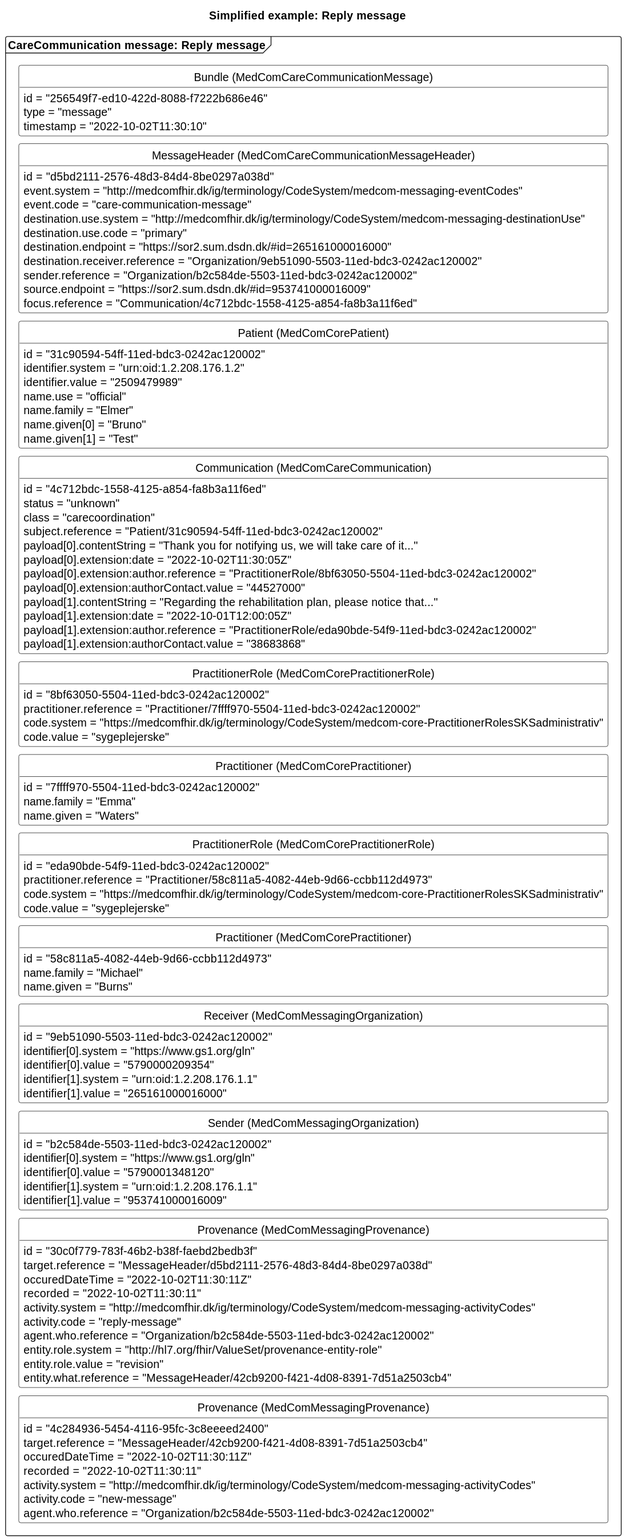
Before: input/images/carecommunication/CCreplyMessage.svg, a diagram exported from PlantUML (medcomdk/dk-medcom-carecommunication).
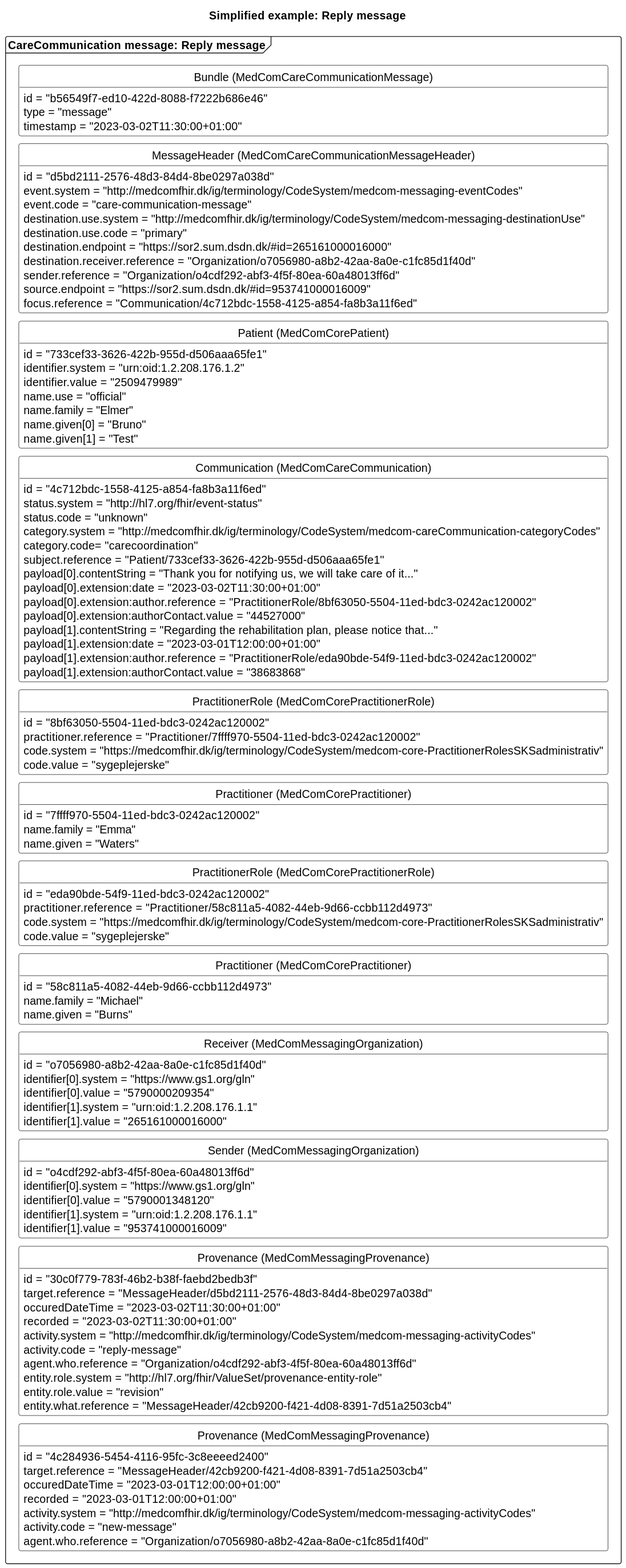
After the commit.

What changed in the source:
```diff
@@ -15,9 +15,9 @@
 
 package "CareCommunication message: Reply message" as reply <<Frame>>{
     class "Bundle (MedComCareCommunicationMessage)" as replyB {
-        id = "256549f7-ed10-422d-8088-f7222b686e46"
+        id = "b56549f7-ed10-422d-8088-f7222b686e46"
         type = "message"
-        timestamp = "2022-10-02T11:30:10"
+        timestamp = "2023-03-02T11:30:00+01:00"
     }
     class "MessageHeader (MedComCareCommunicationMessageHeader)" as replyMH{
         id = "d5bd2111-2576-48d3-84d4-8be0297a038d"
@@ -26,13 +26,13 @@
         destination.use.system = "http://medcomfhir.dk/ig/terminology/CodeSystem/medcom-messaging-destinationUse"
         destination.use.code = "primary"
         destination.endpoint = "https://sor2.sum.dsdn.dk/#id=265161000016000"
-        destination.receiver.reference = "Organization/9eb51090-5503-11ed-bdc3-0242ac120002"
-        sender.reference = "Organization/b2c584de-5503-11ed-bdc3-0242ac120002"
+        destination.receiver.reference = "Organization/o7056980-a8b2-42aa-8a0e-c1fc85d1f40d"
+        sender.reference = "Organization/o4cdf292-abf3-4f5f-80ea-60a48013ff6d"
         source.endpoint = "https://sor2.sum.dsdn.dk/#id=953741000016009"
         focus.reference = "Communication/4c712bdc-1558-4125-a854-fa8b3a11f6ed"
     }
     class "Patient (MedComCorePatient)" as replyPT{
-        id = "31c90594-54ff-11ed-bdc3-0242ac120002"
+        id = "733cef33-3626-422b-955d-d506aaa65fe1"
         identifier.system = "urn:oid:1.2.208.176.1.2"
         identifier.value = "2509479989"
         name.use = "official"
@@ -42,15 +42,17 @@
     }
     class "Communication (MedComCareCommunication)" as replyCom{
         id = "4c712bdc-1558-4125-a854-fa8b3a11f6ed"
-        status = "unknown"
-        class = "carecoordination"
-        subject.reference = "Patient/31c90594-54ff-11ed-bdc3-0242ac120002"
+        status.system = "http://hl7.org/fhir/event-status"
+        status.code = "unknown"
+        category.system = "http://medcomfhir.dk/ig/terminology/CodeSystem/medcom-careCommunication-categoryCodes"
+        category.code= "carecoordination"
+        subject.reference = "Patient/733cef33-3626-422b-955d-d506aaa65fe1"
         payload[0].contentString = "Thank you for notifying us, we will take care of it..."
-        payload[0].extension:date = "2022-10-02T11:30:05Z"
+        payload[0].extension:date = "2023-03-02T11:30:00+01:00"
         payload[0].extension:author.reference = "PractitionerRole/8bf63050-5504-11ed-bdc3-0242ac120002"
         payload[0].extension:authorContact.value = "44527000"
         payload[1].contentString = "Regarding the rehabilitation plan, please notice that..."
-        payload[1].extension:date = "2022-10-01T12:00:05Z"
+        payload[1].extension:date = "2023-03-01T12:00:00+01:00"
         payload[1].extension:author.reference = "PractitionerRole/eda90bde-54f9-11ed-bdc3-0242ac120002"
         payload[1].extension:authorContact.value = "38683868"
     }
@@ -76,28 +78,28 @@
         name.family = "Michael"
         name.given = "Burns"
     }
+    class "Sender (MedComMessagingOrganization)" as replySOrg{
+        id = "o4cdf292-abf3-4f5f-80ea-60a48013ff6d"
+        identifier[0].system = "https://www.gs1.org/gln"
+        identifier[0].value = "5790001348120"
+        identifier[1].system = "urn:oid:1.2.208.176.1.1"
+        identifier[1].value = "953741000016009"
+    }
     class "Receiver (MedComMessagingOrganization)" as replyROrg{
-        id = "9eb51090-5503-11ed-bdc3-0242ac120002"
+        id = "o7056980-a8b2-42aa-8a0e-c1fc85d1f40d"
         identifier[0].system = "https://www.gs1.org/gln"
         identifier[0].value = "5790000209354"
         identifier[1].system = "urn:oid:1.2.208.176.1.1"
         identifier[1].value = "265161000016000"
     }
-    class "Sender (MedComMessagingOrganization)" as replySOrg{
-        id = "b2c584de-5503-11ed-bdc3-0242ac120002"
-        identifier[0].system = "https://www.gs1.org/gln"
-        identifier[0].value = "5790001348120"
-        identifier[1].system = "urn:oid:1.2.208.176.1.1"
-        identifier[1].value = "953741000016009"
-    }
     class "Provenance (MedComMessagingProvenance)" as replyPRO{
         id = "30c0f779-783f-46b2-b38f-faebd2bedb3f"
         target.reference = "MessageHeader/d5bd2111-2576-48d3-84d4-8be0297a038d"
-        occuredDateTime = "2022-10-02T11:30:11Z"
-        recorded = "2022-10-02T11:30:11"
+        occuredDateTime = "2023-03-02T11:30:00+01:00"
+        recorded = "2023-03-02T11:30:00+01:00"
         activity.system = "http://medcomfhir.dk/ig/terminology/CodeSystem/medcom-messaging-activityCodes"
         activity.code = "reply-message"
-        agent.who.reference = "Organization/b2c584de-5503-11ed-bdc3-0242ac120002"
+        agent.who.reference = "Organization/o4cdf292-abf3-4f5f-80ea-60a48013ff6d"
         entity.role.system = "http://hl7.org/fhir/ValueSet/provenance-entity-role"
         entity.role.value = "revision"
         entity.what.reference = "MessageHeader/42cb9200-f421-4d08-8391-7d51a2503cb4"
@@ -105,11 +107,11 @@
     class "Provenance (MedComMessagingProvenance)" as newPRO{
         id = "4c284936-5454-4116-95fc-3c8eeeed2400"
         target.reference = "MessageHeader/42cb9200-f421-4d08-8391-7d51a2503cb4"
-        occuredDateTime = "2022-10-02T11:30:11Z"
-        recorded = "2022-10-02T11:30:11"
+        occuredDateTime = "2023-03-01T12:00:00+01:00"
+        recorded = "2023-03-01T12:00:00+01:00"
         activity.system = "http://medcomfhir.dk/ig/terminology/CodeSystem/medcom-messaging-activityCodes"
         activity.code = "new-message"
-        agent.who.reference = "Organization/b2c584de-5503-11ed-bdc3-0242ac120002"
+        agent.who.reference = "Organization/o7056980-a8b2-42aa-8a0e-c1fc85d1f40d"
     }
 
 replyB -[hidden]- replyMH
```
